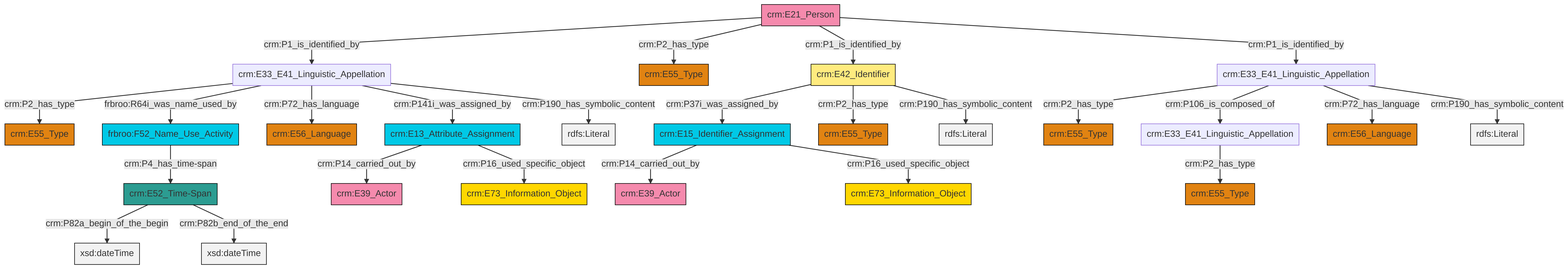
Above: et/personCSV/ttl/mmd/png/Person_Names_and_Classification.png in swiss-art-research-net/reference-data-models (Mermaid), before the change. Its source is kept beside it as et/personCSV/ttl/mmd/Person_Names_and_Classification.ttl.mmd.
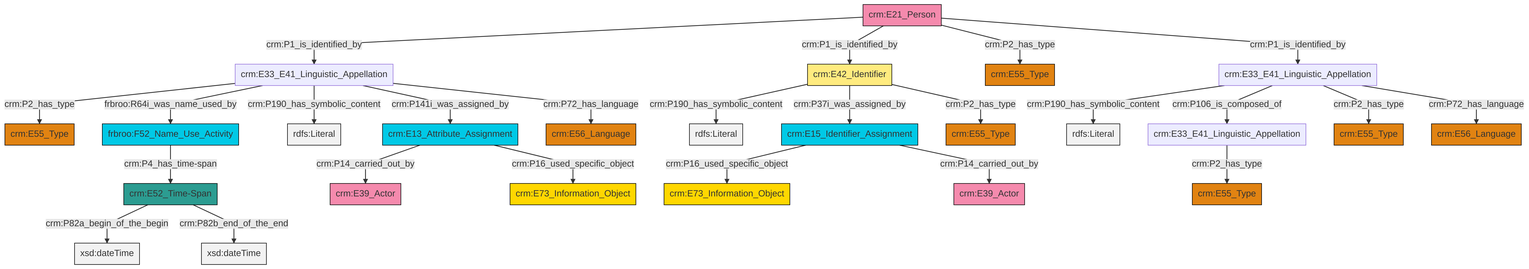
Later version of the same file.

What changed in the source:
```diff
@@ -13,27 +13,27 @@
 classDef PC_Classes fill:#4ce600, stroke:#000000;
 classDef Multi fill:#cccccc,stroke:#000000;
 
-2["crm:E33_E41_Linguistic_Appellation"]:::Default -->|crm:P2_has_type| 3["crm:E55_Type"]:::Type
-2["crm:E33_E41_Linguistic_Appellation"]:::Default -->|frbroo:R64i_was_name_used_by| 4["frbroo:F52_Name_Use_Activity"]:::Temporal_Entity
-5["crm:E33_E41_Linguistic_Appellation"]:::Default -->|crm:P2_has_type| 6["crm:E55_Type"]:::Type
-7["crm:E21_Person"]:::Actor -->|crm:P1_is_identified_by| 2["crm:E33_E41_Linguistic_Appellation"]:::Default
-10["crm:E15_Identifier_Assignment"]:::Temporal_Entity -->|crm:P14_carried_out_by| 11["crm:E39_Actor"]:::Actor
-4["frbroo:F52_Name_Use_Activity"]:::Temporal_Entity -->|crm:P4_has_time-span| 14["crm:E52_Time-Span"]:::Time-Span
-10["crm:E15_Identifier_Assignment"]:::Temporal_Entity -->|crm:P16_used_specific_object| 15["crm:E73_Information_Object"]:::Conceptual_Object
-2["crm:E33_E41_Linguistic_Appellation"]:::Default -->|crm:P72_has_language| 17["crm:E56_Language"]:::Type
-18["crm:E33_E41_Linguistic_Appellation"]:::Default -->|crm:P2_has_type| 8["crm:E55_Type"]:::Type
-18["crm:E33_E41_Linguistic_Appellation"]:::Default -->|crm:P106_is_composed_of| 5["crm:E33_E41_Linguistic_Appellation"]:::Default
-2["crm:E33_E41_Linguistic_Appellation"]:::Default -->|crm:P141i_was_assigned_by| 25["crm:E13_Attribute_Assignment"]:::Temporal_Entity
-14["crm:E52_Time-Span"]:::Time-Span -->|crm:P82a_begin_of_the_begin| 26[xsd:dateTime]:::Literal
-2["crm:E33_E41_Linguistic_Appellation"]:::Default -->|crm:P190_has_symbolic_content| 30[rdfs:Literal]:::Literal
-25["crm:E13_Attribute_Assignment"]:::Temporal_Entity -->|crm:P14_carried_out_by| 12["crm:E39_Actor"]:::Actor
-7["crm:E21_Person"]:::Actor -->|crm:P2_has_type| 19["crm:E55_Type"]:::Type
-31["crm:E42_Identifier"]:::Appellation -->|crm:P37i_was_assigned_by| 10["crm:E15_Identifier_Assignment"]:::Temporal_Entity
-31["crm:E42_Identifier"]:::Appellation -->|crm:P2_has_type| 38["crm:E55_Type"]:::Type
-14["crm:E52_Time-Span"]:::Time-Span -->|crm:P82b_end_of_the_end| 41[xsd:dateTime]:::Literal
-7["crm:E21_Person"]:::Actor -->|crm:P1_is_identified_by| 31["crm:E42_Identifier"]:::Appellation
-25["crm:E13_Attribute_Assignment"]:::Temporal_Entity -->|crm:P16_used_specific_object| 32["crm:E73_Information_Object"]:::Conceptual_Object
-18["crm:E33_E41_Linguistic_Appellation"]:::Default -->|crm:P72_has_language| 0["crm:E56_Language"]:::Type
-31["crm:E42_Identifier"]:::Appellation -->|crm:P190_has_symbolic_content| 44[rdfs:Literal]:::Literal
-18["crm:E33_E41_Linguistic_Appellation"]:::Default -->|crm:P190_has_symbolic_content| 45[rdfs:Literal]:::Literal
-7["crm:E21_Person"]:::Actor -->|crm:P1_is_identified_by| 18["crm:E33_E41_Linguistic_Appellation"]:::Default
+2["crm:E15_Identifier_Assignment"]:::Temporal_Entity -->|crm:P16_used_specific_object| 3["crm:E73_Information_Object"]:::Conceptual_Object
+4["frbroo:F52_Name_Use_Activity"]:::Temporal_Entity -->|crm:P4_has_time-span| 5["crm:E52_Time-Span"]:::Time-Span
+8["crm:E33_E41_Linguistic_Appellation"]:::Default -->|crm:P190_has_symbolic_content| 9[rdfs:Literal]:::Literal
+12["crm:E21_Person"]:::Actor -->|crm:P1_is_identified_by| 6["crm:E33_E41_Linguistic_Appellation"]:::Default
+8["crm:E33_E41_Linguistic_Appellation"]:::Default -->|crm:P106_is_composed_of| 17["crm:E33_E41_Linguistic_Appellation"]:::Default
+12["crm:E21_Person"]:::Actor -->|crm:P1_is_identified_by| 18["crm:E42_Identifier"]:::Appellation
+5["crm:E52_Time-Span"]:::Time-Span -->|crm:P82a_begin_of_the_begin| 19[xsd:dateTime]:::Literal
+22["crm:E13_Attribute_Assignment"]:::Temporal_Entity -->|crm:P14_carried_out_by| 13["crm:E39_Actor"]:::Actor
+22["crm:E13_Attribute_Assignment"]:::Temporal_Entity -->|crm:P16_used_specific_object| 24["crm:E73_Information_Object"]:::Conceptual_Object
+6["crm:E33_E41_Linguistic_Appellation"]:::Default -->|crm:P2_has_type| 29["crm:E55_Type"]:::Type
+6["crm:E33_E41_Linguistic_Appellation"]:::Default -->|frbroo:R64i_was_name_used_by| 4["frbroo:F52_Name_Use_Activity"]:::Temporal_Entity
+12["crm:E21_Person"]:::Actor -->|crm:P2_has_type| 30["crm:E55_Type"]:::Type
+6["crm:E33_E41_Linguistic_Appellation"]:::Default -->|crm:P190_has_symbolic_content| 33[rdfs:Literal]:::Literal
+8["crm:E33_E41_Linguistic_Appellation"]:::Default -->|crm:P2_has_type| 10["crm:E55_Type"]:::Type
+17["crm:E33_E41_Linguistic_Appellation"]:::Default -->|crm:P2_has_type| 27["crm:E55_Type"]:::Type
+12["crm:E21_Person"]:::Actor -->|crm:P1_is_identified_by| 8["crm:E33_E41_Linguistic_Appellation"]:::Default
+18["crm:E42_Identifier"]:::Appellation -->|crm:P190_has_symbolic_content| 35[rdfs:Literal]:::Literal
+18["crm:E42_Identifier"]:::Appellation -->|crm:P37i_was_assigned_by| 2["crm:E15_Identifier_Assignment"]:::Temporal_Entity
+6["crm:E33_E41_Linguistic_Appellation"]:::Default -->|crm:P141i_was_assigned_by| 22["crm:E13_Attribute_Assignment"]:::Temporal_Entity
+8["crm:E33_E41_Linguistic_Appellation"]:::Default -->|crm:P72_has_language| 20["crm:E56_Language"]:::Type
+6["crm:E33_E41_Linguistic_Appellation"]:::Default -->|crm:P72_has_language| 15["crm:E56_Language"]:::Type
+2["crm:E15_Identifier_Assignment"]:::Temporal_Entity -->|crm:P14_carried_out_by| 38["crm:E39_Actor"]:::Actor
+18["crm:E42_Identifier"]:::Appellation -->|crm:P2_has_type| 0["crm:E55_Type"]:::Type
+5["crm:E52_Time-Span"]:::Time-Span -->|crm:P82b_end_of_the_end| 46[xsd:dateTime]:::Literal
```
